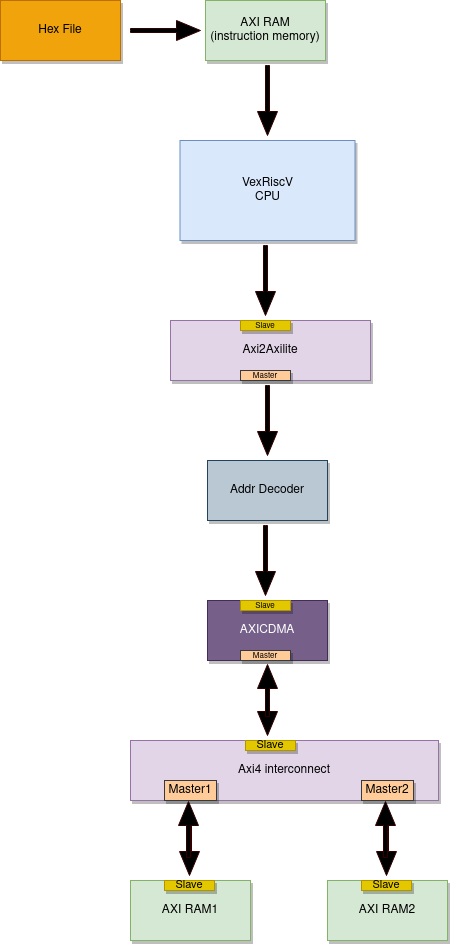
This is docs/VexRiscv_AXICDMA.png from RapidSilicon/litex_reference_designs, a draw.io export, as it was before one commit. Source tidied: cells renumbered, new cells last; positions are measured from the earlier drawing's top-left corner, leaving out a move shared by most shapes.
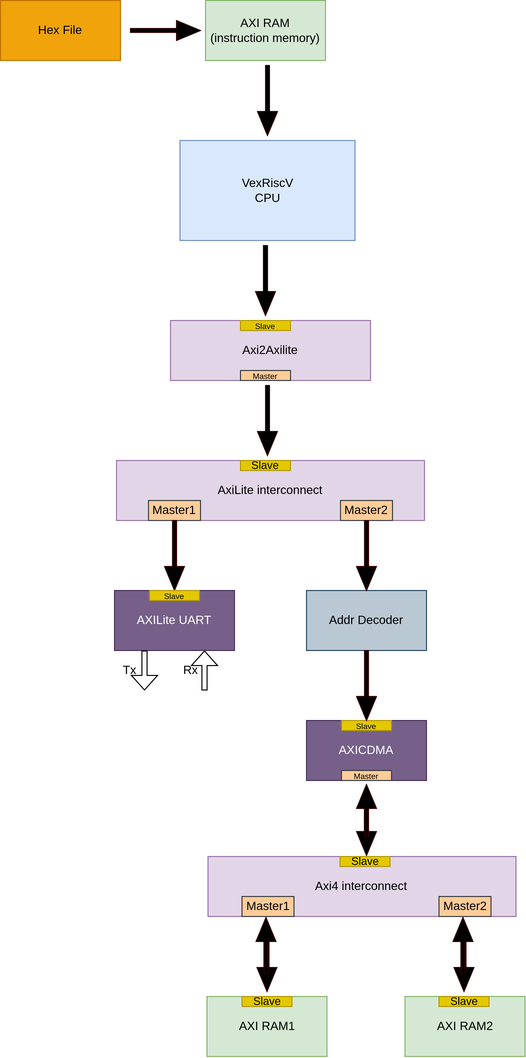
The same file after the commit.

Commit message:
updated block diagram

What changed in the source:
```diff
@@ -2,26 +2,26 @@
   <root>
     <mxCell id="0" />
     <mxCell id="1" parent="0" />
-    <mxCell id="2" value="Hex File" style="rounded=0;whiteSpace=wrap;html=1;shadow=1;glass=0;fillColor=#f0a30a;strokeColor=#BD7000;fontColor=#000000;" parent="1" vertex="1">
+    <mxCell id="2" value="Hex File" style="rounded=0;whiteSpace=wrap;html=1;shadow=0;glass=0;fillColor=#f0a30a;strokeColor=#BD7000;fontColor=#000000;" parent="1" vertex="1">
       <mxGeometry width="120" height="60" as="geometry" />
     </mxCell>
-    <mxCell id="3" value="&lt;div&gt;AXI RAM&lt;/div&gt;&lt;div&gt;(instruction memory)&lt;/div&gt;" style="rounded=0;whiteSpace=wrap;html=1;shadow=1;glass=0;fillColor=#d5e8d4;strokeColor=#82b366;" parent="1" vertex="1">
+    <mxCell id="3" value="&lt;div&gt;AXI RAM&lt;/div&gt;&lt;div&gt;(instruction memory)&lt;/div&gt;" style="rounded=0;whiteSpace=wrap;html=1;shadow=0;glass=0;fillColor=#d5e8d4;strokeColor=#82b366;" parent="1" vertex="1">
       <mxGeometry x="205" width="120" height="60" as="geometry" />
     </mxCell>
-    <mxCell id="4" value="&lt;div&gt;VexRiscV&lt;/div&gt;&lt;div&gt;CPU&lt;br&gt;&lt;/div&gt;" style="rounded=0;whiteSpace=wrap;html=1;shadow=1;glass=0;fillColor=#dae8fc;strokeColor=#6c8ebf;" parent="1" vertex="1">
+    <mxCell id="4" value="&lt;div&gt;VexRiscV&lt;/div&gt;&lt;div&gt;CPU&lt;br&gt;&lt;/div&gt;" style="rounded=0;whiteSpace=wrap;html=1;shadow=0;glass=0;fillColor=#dae8fc;strokeColor=#6c8ebf;" parent="1" vertex="1">
       <mxGeometry x="179.5" y="140" width="175" height="100" as="geometry" />
     </mxCell>
-    <mxCell id="5" value="Axi2Axilite" style="rounded=0;whiteSpace=wrap;html=1;shadow=1;glass=0;fillColor=#e1d5e7;strokeColor=#9673a6;" parent="1" vertex="1">
+    <mxCell id="5" value="Axi2Axilite" style="rounded=0;whiteSpace=wrap;html=1;shadow=0;glass=0;fillColor=#e1d5e7;strokeColor=#9673a6;" parent="1" vertex="1">
       <mxGeometry x="170" y="320" width="200" height="60" as="geometry" />
     </mxCell>
-    <mxCell id="6" value="AXICDMA" style="rounded=0;whiteSpace=wrap;html=1;shadow=1;glass=0;fillColor=#76608a;strokeColor=#432D57;fontColor=#ffffff;" parent="1" vertex="1">
-      <mxGeometry x="207" y="600" width="120" height="60" as="geometry" />
+    <mxCell id="6" value="AXICDMA" style="rounded=0;whiteSpace=wrap;html=1;shadow=0;glass=0;fillColor=#76608a;strokeColor=#432D57;fontColor=#ffffff;" parent="1" vertex="1">
+      <mxGeometry x="306" y="720" width="120" height="60" as="geometry" />
     </mxCell>
-    <mxCell id="7" value="Axi4 interconnect" style="rounded=0;whiteSpace=wrap;html=1;shadow=1;glass=0;fillColor=#e1d5e7;strokeColor=#9673a6;" parent="1" vertex="1">
-      <mxGeometry x="130" y="740" width="308" height="60" as="geometry" />
+    <mxCell id="7" value="Axi4 interconnect" style="rounded=0;whiteSpace=wrap;html=1;shadow=0;glass=0;fillColor=#e1d5e7;strokeColor=#9673a6;" parent="1" vertex="1">
+      <mxGeometry x="207.5" y="856" width="308" height="60" as="geometry" />
     </mxCell>
-    <mxCell id="8" value="AXI RAM1" style="rounded=0;whiteSpace=wrap;html=1;shadow=1;glass=0;fillColor=#d5e8d4;strokeColor=#82b366;" parent="1" vertex="1">
-      <mxGeometry x="130" y="880" width="120" height="60" as="geometry" />
+    <mxCell id="8" value="AXI RAM1" style="rounded=0;whiteSpace=wrap;html=1;shadow=0;glass=0;fillColor=#d5e8d4;strokeColor=#82b366;" parent="1" vertex="1">
+      <mxGeometry x="206.5" y="996" width="120" height="60" as="geometry" />
     </mxCell>
     <mxCell id="9" style="html=1;shadow=0;dashed=0;align=center;verticalAlign=middle;shape=mxgraph.arrows2.arrow;dy=0.8;dx=24;notch=0;rounded=0;glass=0;strokeColor=#330000;fillColor=#000000;" parent="1" vertex="1">
       <mxGeometry x="130" y="20" width="70" height="20" as="geometry" />
@@ -36,58 +36,98 @@
       <mxGeometry x="232" y="410" width="70" height="20" as="geometry" />
     </mxCell>
     <mxCell id="13" style="html=1;shadow=0;dashed=0;align=center;verticalAlign=middle;shape=mxgraph.arrows2.arrow;dy=0.8;dx=24;notch=0;rounded=0;glass=0;strokeColor=#330000;fillColor=#000000;rotation=90;" parent="1" vertex="1">
-      <mxGeometry x="163" y="839" width="52" height="20" as="geometry" />
+      <mxGeometry x="240.5" y="955" width="52" height="20" as="geometry" />
     </mxCell>
     <mxCell id="14" style="html=1;shadow=0;dashed=0;align=center;verticalAlign=middle;shape=mxgraph.arrows2.arrow;dy=0.8;dx=24;notch=0;rounded=0;glass=0;strokeColor=#330000;fillColor=#000000;rotation=90;" parent="1" vertex="1">
-      <mxGeometry x="236" y="694" width="62" height="20" as="geometry" />
+      <mxGeometry x="335" y="814" width="62" height="20" as="geometry" />
     </mxCell>
-    <mxCell id="15" value="&lt;font style=&quot;font-size: 8px;&quot;&gt;Sla&lt;/font&gt;&lt;font style=&quot;font-size: 8px;&quot;&gt;ve&lt;/font&gt;" style="rounded=0;whiteSpace=wrap;html=1;shadow=1;glass=0;strokeColor=#B09500;fillColor=#e3c800;fontColor=#000000;" parent="1" vertex="1">
-      <mxGeometry x="240" y="600" width="50" height="10" as="geometry" />
+    <mxCell id="15" value="&lt;font style=&quot;font-size: 8px;&quot;&gt;Sla&lt;/font&gt;&lt;font style=&quot;font-size: 8px;&quot;&gt;ve&lt;/font&gt;" style="rounded=0;whiteSpace=wrap;html=1;shadow=0;glass=0;strokeColor=#B09500;fillColor=#e3c800;fontColor=#000000;" parent="1" vertex="1">
+      <mxGeometry x="341" y="720" width="50" height="10" as="geometry" />
     </mxCell>
-    <mxCell id="16" value="&lt;font style=&quot;font-size: 8px;&quot;&gt;Master&lt;/font&gt;" style="rounded=0;whiteSpace=wrap;html=1;shadow=1;glass=0;strokeColor=#36393d;fillColor=#ffcc99;" parent="1" vertex="1">
+    <mxCell id="16" value="&lt;font style=&quot;font-size: 8px;&quot;&gt;Master&lt;/font&gt;" style="rounded=0;whiteSpace=wrap;html=1;shadow=0;glass=0;strokeColor=#36393d;fillColor=#ffcc99;" parent="1" vertex="1">
       <mxGeometry x="240" y="370" width="50" height="10" as="geometry" />
     </mxCell>
-    <mxCell id="17" value="&lt;font style=&quot;font-size: 8px;&quot;&gt;Sla&lt;/font&gt;&lt;font style=&quot;font-size: 8px;&quot;&gt;ve&lt;/font&gt;" style="rounded=0;whiteSpace=wrap;html=1;shadow=1;glass=0;strokeColor=#B09500;fillColor=#e3c800;fontColor=#000000;" parent="1" vertex="1">
+    <mxCell id="17" value="&lt;font style=&quot;font-size: 8px;&quot;&gt;Sla&lt;/font&gt;&lt;font style=&quot;font-size: 8px;&quot;&gt;ve&lt;/font&gt;" style="rounded=0;whiteSpace=wrap;html=1;shadow=0;glass=0;strokeColor=#B09500;fillColor=#e3c800;fontColor=#000000;" parent="1" vertex="1">
       <mxGeometry x="240" y="320" width="50" height="10" as="geometry" />
     </mxCell>
-    <mxCell id="18" value="&lt;font style=&quot;font-size: 8px;&quot;&gt;Master&lt;/font&gt;" style="rounded=0;whiteSpace=wrap;html=1;shadow=1;glass=0;strokeColor=#36393d;fillColor=#ffcc99;" parent="1" vertex="1">
-      <mxGeometry x="240" y="650" width="50" height="10" as="geometry" />
+    <mxCell id="18" value="&lt;font style=&quot;font-size: 8px;&quot;&gt;Master&lt;/font&gt;" style="rounded=0;whiteSpace=wrap;html=1;shadow=0;glass=0;strokeColor=#36393d;fillColor=#ffcc99;" parent="1" vertex="1">
+      <mxGeometry x="341" y="770" width="50" height="10" as="geometry" />
     </mxCell>
-    <mxCell id="19" value="&lt;font style=&quot;font-size: 11px;&quot;&gt;Sla&lt;/font&gt;&lt;font style=&quot;font-size: 11px;&quot;&gt;ve&lt;/font&gt;" style="rounded=0;whiteSpace=wrap;html=1;shadow=1;glass=0;strokeColor=#B09500;fillColor=#e3c800;fontColor=#000000;" parent="1" vertex="1">
-      <mxGeometry x="245" y="740" width="50" height="10" as="geometry" />
+    <mxCell id="19" value="&lt;font style=&quot;font-size: 11px;&quot;&gt;Sla&lt;/font&gt;&lt;font style=&quot;font-size: 11px;&quot;&gt;ve&lt;/font&gt;" style="rounded=0;whiteSpace=wrap;html=1;shadow=0;glass=0;strokeColor=#B09500;fillColor=#e3c800;fontColor=#000000;" parent="1" vertex="1">
+      <mxGeometry x="339.5" y="856" width="50" height="10" as="geometry" />
     </mxCell>
-    <mxCell id="20" value="Master1" style="rounded=0;whiteSpace=wrap;html=1;shadow=1;glass=0;strokeColor=#36393d;fillColor=#ffcc99;" parent="1" vertex="1">
-      <mxGeometry x="164" y="780" width="52" height="20" as="geometry" />
+    <mxCell id="20" value="Master1" style="rounded=0;whiteSpace=wrap;html=1;shadow=0;glass=0;strokeColor=#36393d;fillColor=#ffcc99;" parent="1" vertex="1">
+      <mxGeometry x="241.5" y="896" width="52" height="20" as="geometry" />
     </mxCell>
     <mxCell id="21" style="html=1;shadow=0;dashed=0;align=center;verticalAlign=middle;shape=mxgraph.arrows2.arrow;dy=0.8;dx=24;notch=0;rounded=0;glass=0;strokeColor=#330000;fillColor=#000000;rotation=-90;" parent="1" vertex="1">
-      <mxGeometry x="160" y="819" width="56" height="20" as="geometry" />
+      <mxGeometry x="237.5" y="935" width="56" height="20" as="geometry" />
     </mxCell>
-    <mxCell id="22" value="&lt;font style=&quot;font-size: 11px;&quot;&gt;Sla&lt;/font&gt;&lt;font style=&quot;font-size: 11px;&quot;&gt;ve&lt;/font&gt;" style="rounded=0;whiteSpace=wrap;html=1;shadow=1;glass=0;strokeColor=#B09500;fillColor=#e3c800;fontColor=#000000;" parent="1" vertex="1">
-      <mxGeometry x="164" y="880" width="50" height="10" as="geometry" />
+    <mxCell id="22" value="&lt;font style=&quot;font-size: 11px;&quot;&gt;Sla&lt;/font&gt;&lt;font style=&quot;font-size: 11px;&quot;&gt;ve&lt;/font&gt;" style="rounded=0;whiteSpace=wrap;html=1;shadow=0;glass=0;strokeColor=#B09500;fillColor=#e3c800;fontColor=#000000;" parent="1" vertex="1">
+      <mxGeometry x="241.5" y="996" width="50" height="10" as="geometry" />
     </mxCell>
     <mxCell id="23" style="html=1;shadow=0;dashed=0;align=center;verticalAlign=middle;shape=mxgraph.arrows2.arrow;dy=0.8;dx=24;notch=0;rounded=0;glass=0;strokeColor=#330000;fillColor=#000000;rotation=-90;" parent="1" vertex="1">
-      <mxGeometry x="241" y="680" width="52" height="20" as="geometry" />
+      <mxGeometry x="340" y="800" width="52" height="20" as="geometry" />
     </mxCell>
-    <mxCell id="24" value="Addr Decoder" style="rounded=0;whiteSpace=wrap;html=1;shadow=1;glass=0;fillColor=#bac8d3;strokeColor=#23445d;" parent="1" vertex="1">
-      <mxGeometry x="207" y="460" width="120" height="60" as="geometry" />
+    <mxCell id="24" value="Addr Decoder" style="rounded=0;whiteSpace=wrap;html=1;shadow=0;glass=0;fillColor=#bac8d3;strokeColor=#23445d;" parent="1" vertex="1">
+      <mxGeometry x="306" y="590" width="120" height="60" as="geometry" />
     </mxCell>
     <mxCell id="25" style="html=1;shadow=0;dashed=0;align=center;verticalAlign=middle;shape=mxgraph.arrows2.arrow;dy=0.8;dx=24;notch=0;rounded=0;glass=0;strokeColor=#330000;fillColor=#000000;rotation=90;" parent="1" vertex="1">
-      <mxGeometry x="230" y="550" width="70" height="20" as="geometry" />
+      <mxGeometry x="331" y="675" width="70" height="20" as="geometry" />
     </mxCell>
-    <mxCell id="26" value="AXI RAM2" style="rounded=0;whiteSpace=wrap;html=1;shadow=1;glass=0;fillColor=#d5e8d4;strokeColor=#82b366;" parent="1" vertex="1">
-      <mxGeometry x="327" y="880" width="120" height="60" as="geometry" />
+    <mxCell id="26" value="AXI RAM2" style="rounded=0;whiteSpace=wrap;html=1;shadow=0;glass=0;fillColor=#d5e8d4;strokeColor=#82b366;" parent="1" vertex="1">
+      <mxGeometry x="404.5" y="996" width="120" height="60" as="geometry" />
     </mxCell>
     <mxCell id="27" style="html=1;shadow=0;dashed=0;align=center;verticalAlign=middle;shape=mxgraph.arrows2.arrow;dy=0.8;dx=24;notch=0;rounded=0;glass=0;strokeColor=#330000;fillColor=#000000;rotation=90;" parent="1" vertex="1">
-      <mxGeometry x="360" y="839" width="52" height="20" as="geometry" />
+      <mxGeometry x="437.5" y="955" width="52" height="20" as="geometry" />
     </mxCell>
-    <mxCell id="28" value="Master2" style="rounded=0;whiteSpace=wrap;html=1;shadow=1;glass=0;strokeColor=#36393d;fillColor=#ffcc99;" parent="1" vertex="1">
-      <mxGeometry x="361" y="780" width="52" height="20" as="geometry" />
+    <mxCell id="28" value="Master2" style="rounded=0;whiteSpace=wrap;html=1;shadow=0;glass=0;strokeColor=#36393d;fillColor=#ffcc99;" parent="1" vertex="1">
+      <mxGeometry x="438.5" y="896" width="52" height="20" as="geometry" />
     </mxCell>
     <mxCell id="29" style="html=1;shadow=0;dashed=0;align=center;verticalAlign=middle;shape=mxgraph.arrows2.arrow;dy=0.8;dx=24;notch=0;rounded=0;glass=0;strokeColor=#330000;fillColor=#000000;rotation=-90;" parent="1" vertex="1">
-      <mxGeometry x="357" y="819" width="56" height="20" as="geometry" />
+      <mxGeometry x="434.5" y="935" width="56" height="20" as="geometry" />
     </mxCell>
-    <mxCell id="30" value="&lt;font style=&quot;font-size: 11px;&quot;&gt;Sla&lt;/font&gt;&lt;font style=&quot;font-size: 11px;&quot;&gt;ve&lt;/font&gt;" style="rounded=0;whiteSpace=wrap;html=1;shadow=1;glass=0;strokeColor=#B09500;fillColor=#e3c800;fontColor=#000000;" parent="1" vertex="1">
-      <mxGeometry x="361" y="880" width="50" height="10" as="geometry" />
+    <mxCell id="30" value="&lt;font style=&quot;font-size: 11px;&quot;&gt;Sla&lt;/font&gt;&lt;font style=&quot;font-size: 11px;&quot;&gt;ve&lt;/font&gt;" style="rounded=0;whiteSpace=wrap;html=1;shadow=0;glass=0;strokeColor=#B09500;fillColor=#e3c800;fontColor=#000000;" parent="1" vertex="1">
+      <mxGeometry x="438.5" y="996" width="50" height="10" as="geometry" />
     </mxCell>
+    <mxCell id="31" value="AxiLite interconnect" style="rounded=0;whiteSpace=wrap;html=1;shadow=0;glass=0;fillColor=#e1d5e7;strokeColor=#9673a6;" parent="1" vertex="1">
+      <mxGeometry x="116" y="460" width="308" height="60" as="geometry" />
+    </mxCell>
+    <mxCell id="32" value="&lt;font style=&quot;font-size: 11px;&quot;&gt;Sla&lt;/font&gt;&lt;font style=&quot;font-size: 11px;&quot;&gt;ve&lt;/font&gt;" style="rounded=0;whiteSpace=wrap;html=1;shadow=0;glass=0;strokeColor=#B09500;fillColor=#e3c800;fontColor=#000000;" parent="1" vertex="1">
+      <mxGeometry x="240" y="460" width="50" height="10" as="geometry" />
+    </mxCell>
+    <mxCell id="33" value="Master1" style="rounded=0;whiteSpace=wrap;html=1;shadow=0;glass=0;strokeColor=#36393d;fillColor=#ffcc99;" parent="1" vertex="1">
+      <mxGeometry x="148" y="500" width="52" height="20" as="geometry" />
+    </mxCell>
+    <mxCell id="34" value="Master2" style="rounded=0;whiteSpace=wrap;html=1;shadow=0;glass=0;strokeColor=#36393d;fillColor=#ffcc99;" parent="1" vertex="1">
+      <mxGeometry x="340" y="500" width="52" height="20" as="geometry" />
+    </mxCell>
+    <mxCell id="35" style="html=1;shadow=0;dashed=0;align=center;verticalAlign=middle;shape=mxgraph.arrows2.arrow;dy=0.8;dx=24;notch=0;rounded=0;glass=0;strokeColor=#330000;fillColor=#000000;rotation=90;" parent="1" vertex="1">
+      <mxGeometry x="331" y="545" width="70" height="20" as="geometry" />
+    </mxCell>
+    <mxCell id="36" style="html=1;shadow=0;dashed=0;align=center;verticalAlign=middle;shape=mxgraph.arrows2.arrow;dy=0.8;dx=24;notch=0;rounded=0;glass=0;strokeColor=#330000;fillColor=#000000;rotation=90;" parent="1" vertex="1">
+      <mxGeometry x="139" y="545" width="70" height="20" as="geometry" />
+    </mxCell>
+    <mxCell id="37" value="AXILite UART" style="rounded=0;whiteSpace=wrap;html=1;shadow=0;glass=0;fillColor=#76608a;strokeColor=#432D57;fontColor=#ffffff;" parent="1" vertex="1">
+      <mxGeometry x="114" y="590" width="120" height="60" as="geometry" />
+    </mxCell>
+    <mxCell id="38" value="&lt;font style=&quot;font-size: 8px;&quot;&gt;Sla&lt;/font&gt;&lt;font style=&quot;font-size: 8px;&quot;&gt;ve&lt;/font&gt;" style="rounded=0;whiteSpace=wrap;html=1;shadow=0;glass=0;strokeColor=#B09500;fillColor=#e3c800;fontColor=#000000;" parent="1" vertex="1">
+      <mxGeometry x="149" y="590" width="50" height="10" as="geometry" />
+    </mxCell>
+    <mxCell id="39" style="shape=flexArrow;endArrow=classic;html=1;rounded=0;exitX=0.25;exitY=1;exitDx=0;exitDy=0;width=5.142857142857143;endSize=4.525714285714286;" parent="1" edge="1" source="37">
+      <mxGeometry relative="1" as="geometry">
+        <mxPoint x="144" y="690" as="targetPoint" />
+      </mxGeometry>
+    </mxCell>
+    <mxCell id="40" style="shape=flexArrow;endArrow=classic;html=1;rounded=0;width=5.142857142857143;endSize=4.525714285714286;entryX=0.75;entryY=1;entryDx=0;entryDy=0;" parent="1" edge="1" target="37">
+      <mxGeometry relative="1" as="geometry">
+        <mxPoint x="204" y="690" as="sourcePoint" />
+      </mxGeometry>
+    </mxCell>
+    <mxCell id="41" value="Tx" style="text;html=1;align=center;verticalAlign=middle;strokeColor=none;fillColor=none;" parent="1" vertex="1">
+      <mxGeometry x="109" y="655" width="40" height="30" as="geometry" />
+    </mxCell>
+    <mxCell id="42" value="Rx" style="text;html=1;align=center;verticalAlign=middle;strokeColor=none;fillColor=none;" parent="1" vertex="1">
+      <mxGeometry x="170" y="655" width="40" height="30" as="geometry" />
+    </mxCell>
   </root>
 </mxGraphModel>
```
